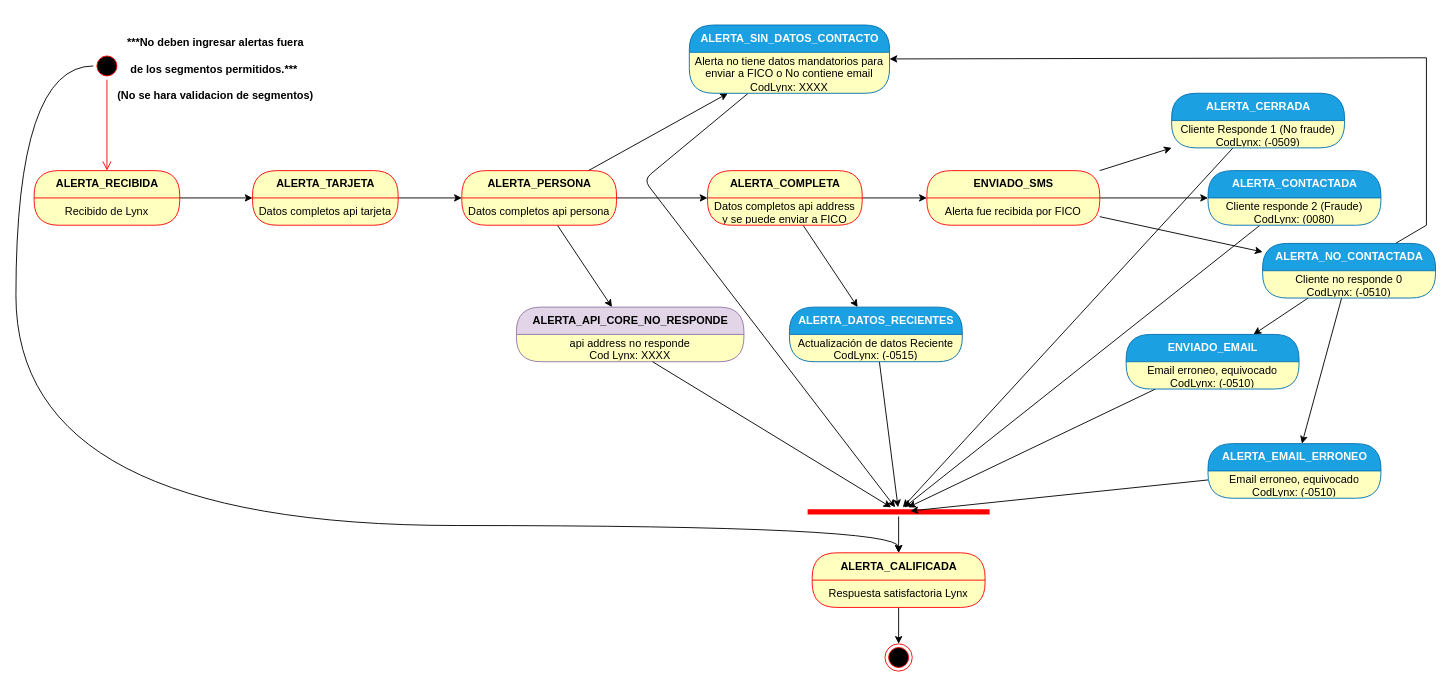
Before: EstadosLynx.drawio in zolymo/diagrams, a draw.io diagram. Source tidied: cells renumbered, new cells numbered last; positions are measured from the earlier drawing's top-left corner, leaving out a move shared by most shapes. Both pictures are drawn from the tidied source at 91%, with x=0, y=0 at pixel (15, 15).
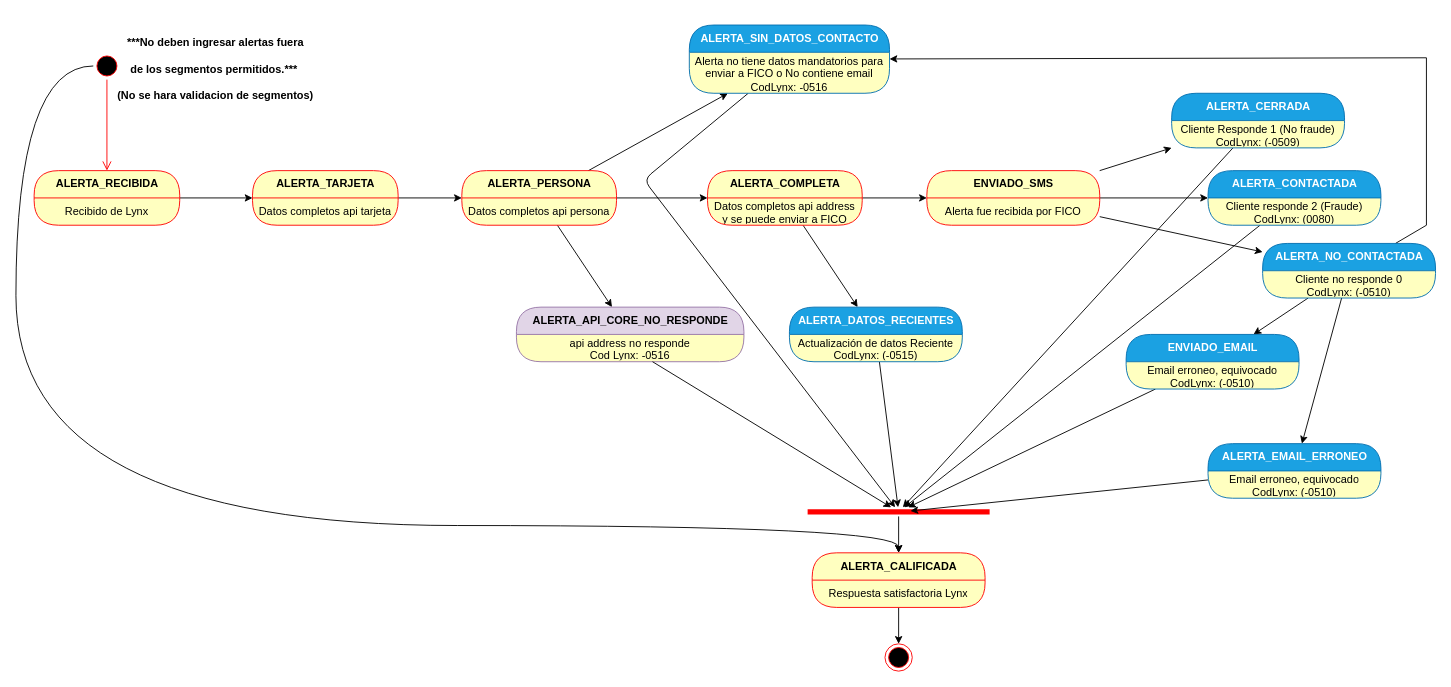
The same page after the edit.

Commit message:
add nuevo codigo 0516

Unchanged cells that the change refers to:
```xml
<mxCell id="21" value="ALERTA_API_CORE_NO_RESPONDE" style="swimlane;html=1;fontStyle=1;align=center;verticalAlign=middle;horizontal=1;startSize=30;rounded=1;arcSize=30;strokeColor=#9673a6;fillColor=#e1d5e7;swimlaneFillColor=#ffffc0;" parent="1" vertex="1">
  <mxGeometry x="550" y="320" width="250" height="60" as="geometry" />
</mxCell>
<mxCell id="23" value="ALERTA_SIN_DATOS_CONTACTO" style="swimlane;html=1;fontStyle=1;align=center;verticalAlign=middle;horizontal=1;startSize=30;fontColor=#ffffff;rounded=1;arcSize=30;strokeColor=#006EAF;fillColor=#1ba1e2;swimlaneFillColor=#ffffc0;" parent="1" vertex="1">
  <mxGeometry x="740" y="10" width="220" height="75" as="geometry" />
</mxCell>
```

The edit, as a diff of the source:
```diff
@@
-    <mxCell id="22" value="api address no responde&lt;br&gt;Cod Lynx: XXXX" style="text;html=1;strokeColor=none;fillColor=none;align=center;verticalAlign=middle;spacingLeft=4;spacingRight=4;whiteSpace=wrap;overflow=hidden;fontColor=#000000;" parent="21" vertex="1">
+    <mxCell id="22" value="api address no responde&lt;br&gt;Cod Lynx: -0516" style="text;html=1;strokeColor=none;fillColor=none;align=center;verticalAlign=middle;spacingLeft=4;spacingRight=4;whiteSpace=wrap;overflow=hidden;fontColor=#000000;" parent="21" vertex="1">
       <mxGeometry y="30" width="250" height="30" as="geometry" />
     </mxCell>
@@
-    <mxCell id="24" value="Alerta no tiene datos mandatorios para enviar a FICO o No contiene email&lt;br&gt;CodLynx: XXXX" style="text;html=1;strokeColor=none;fillColor=none;align=center;verticalAlign=middle;spacingLeft=4;spacingRight=4;whiteSpace=wrap;overflow=hidden;fontColor=#000000;" parent="23" vertex="1">
+    <mxCell id="24" value="Alerta no tiene datos mandatorios para enviar a FICO o No contiene email&lt;br&gt;CodLynx: -0516" style="text;html=1;strokeColor=none;fillColor=none;align=center;verticalAlign=middle;spacingLeft=4;spacingRight=4;whiteSpace=wrap;overflow=hidden;fontColor=#000000;" parent="23" vertex="1">
       <mxGeometry y="30" width="220" height="45" as="geometry" />
     </mxCell>
```
